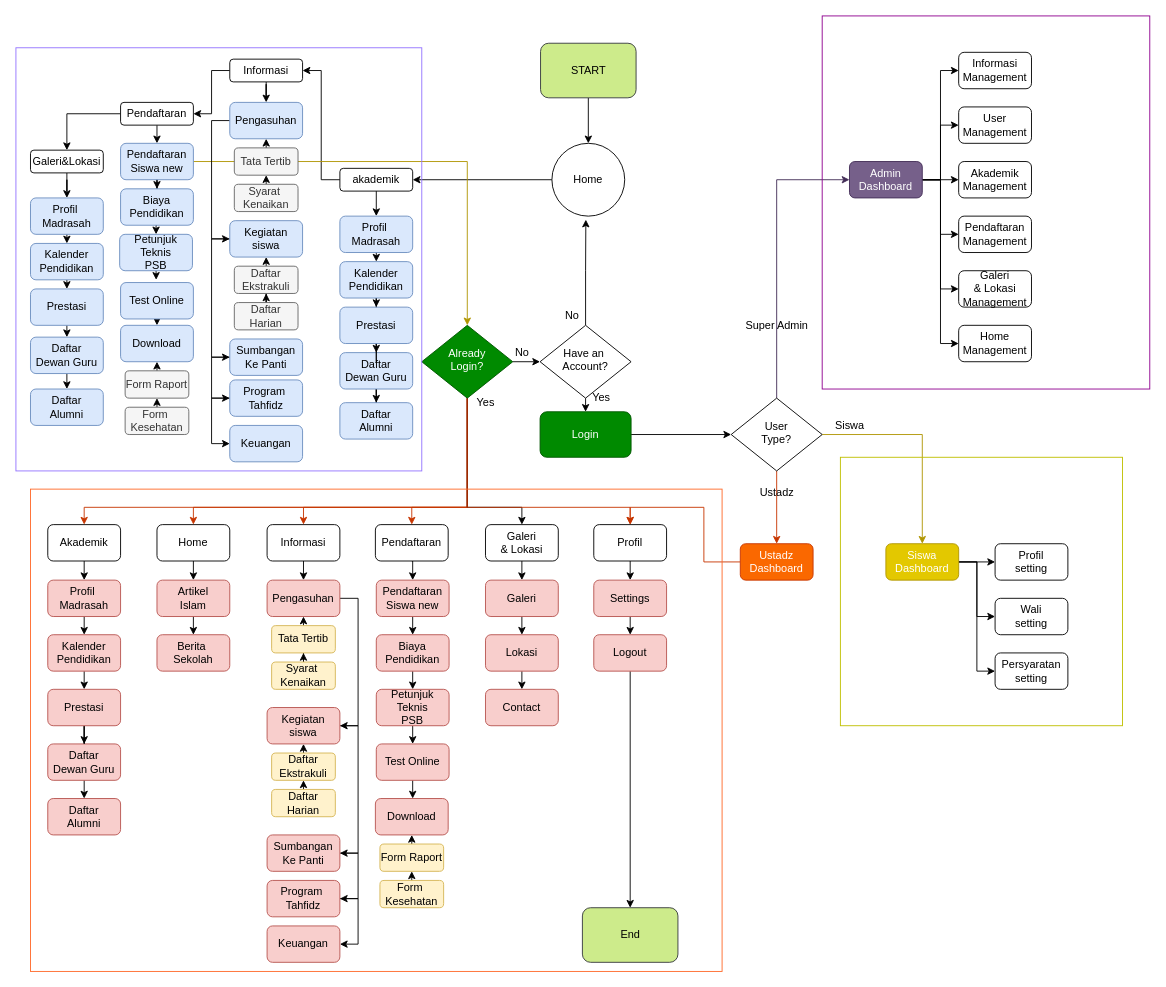
Above: Website/Untitled Diagram.drawio in Teddir/Portofolio (draw.io), before the change. Source tidied: cells renumbered, new cells numbered last; positions are measured from the earlier drawing's top-left corner, leaving out a move shared by most shapes. Both pictures are drawn from the tidied source at 91%, with x=0, y=0 at pixel (15, 15).
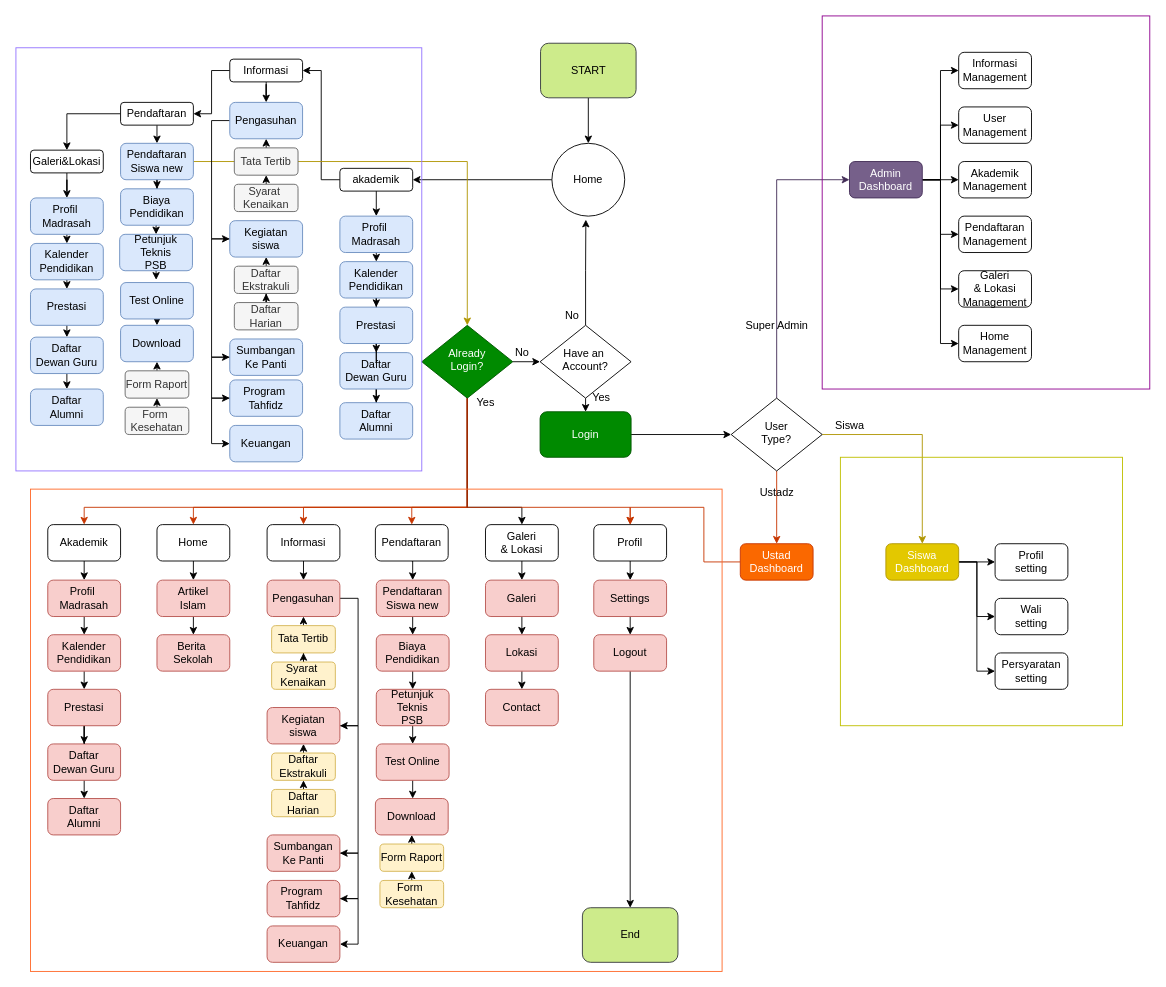
The same diagram, later.

The edit, as a diff of the source:
```diff
@@
-    <mxCell id="154" value="Ustadz&lt;br&gt;Dashboard" style="rounded=1;whiteSpace=wrap;html=1;fontSize=12;glass=0;strokeWidth=1;shadow=0;fillColor=#fa6800;strokeColor=#C73500;fontColor=#ffffff;" parent="1" vertex="1">
+    <mxCell id="154" value="Ustad&lt;br&gt;Dashboard" style="rounded=1;whiteSpace=wrap;html=1;fontSize=12;glass=0;strokeWidth=1;shadow=0;fillColor=#fa6800;strokeColor=#C73500;fontColor=#ffffff;" parent="1" vertex="1">
       <mxGeometry x="796" y="580" width="80" height="40" as="geometry" />
     </mxCell>
```
